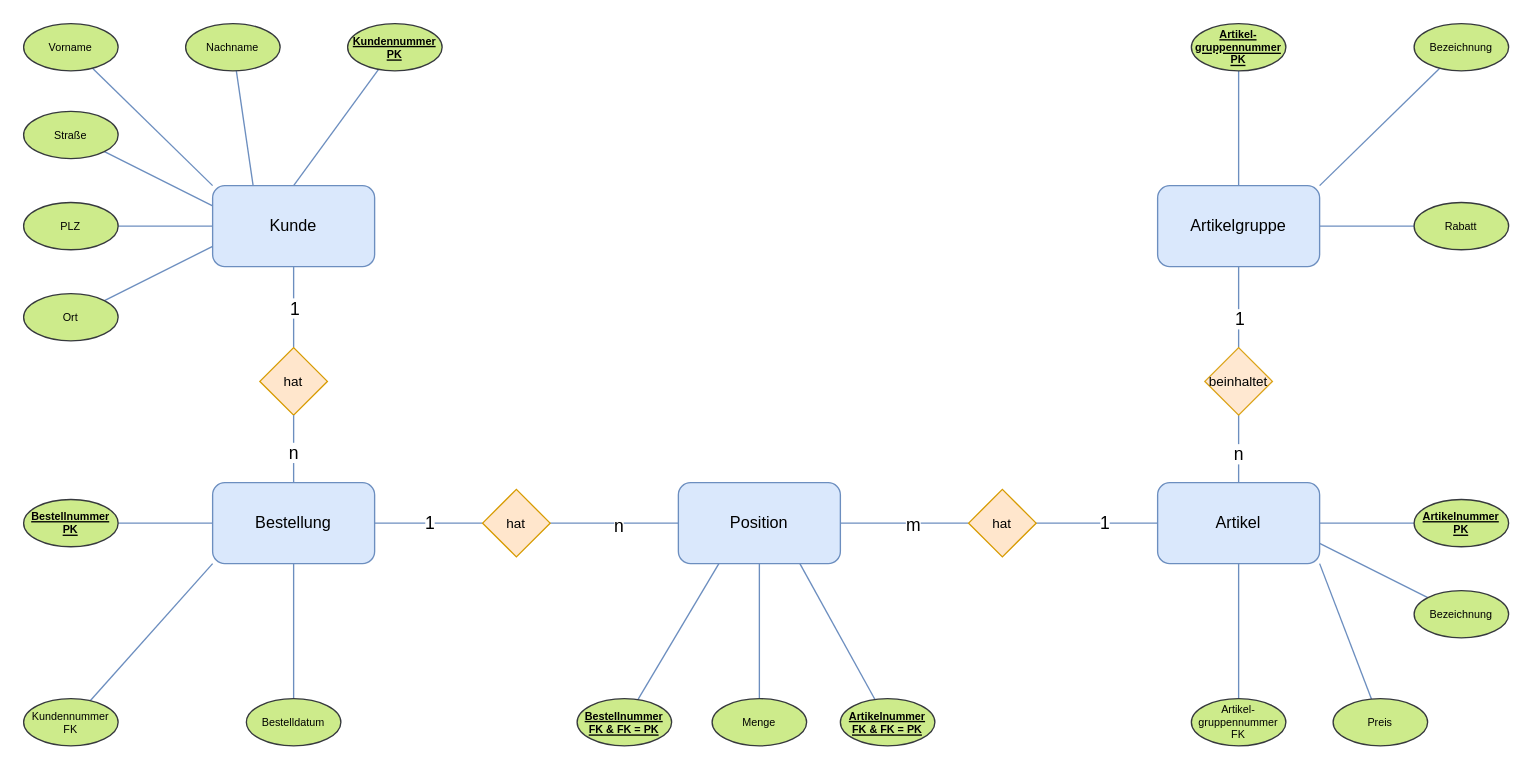
The draw.io diagram SQLite/Prüfungsaufgaben/Q1_YouTube/Q1.2_Diagramme/Youtube_ERD.drawio in PythonPokemon/Python_SQL, before the edit. Source tidied: cells renumbered, new cells numbered last; positions are measured from the earlier drawing's top-left corner, leaving out a move shared by most shapes. Both pictures are drawn from the tidied source at 135%, with x=0, y=0 at pixel (23, 23).
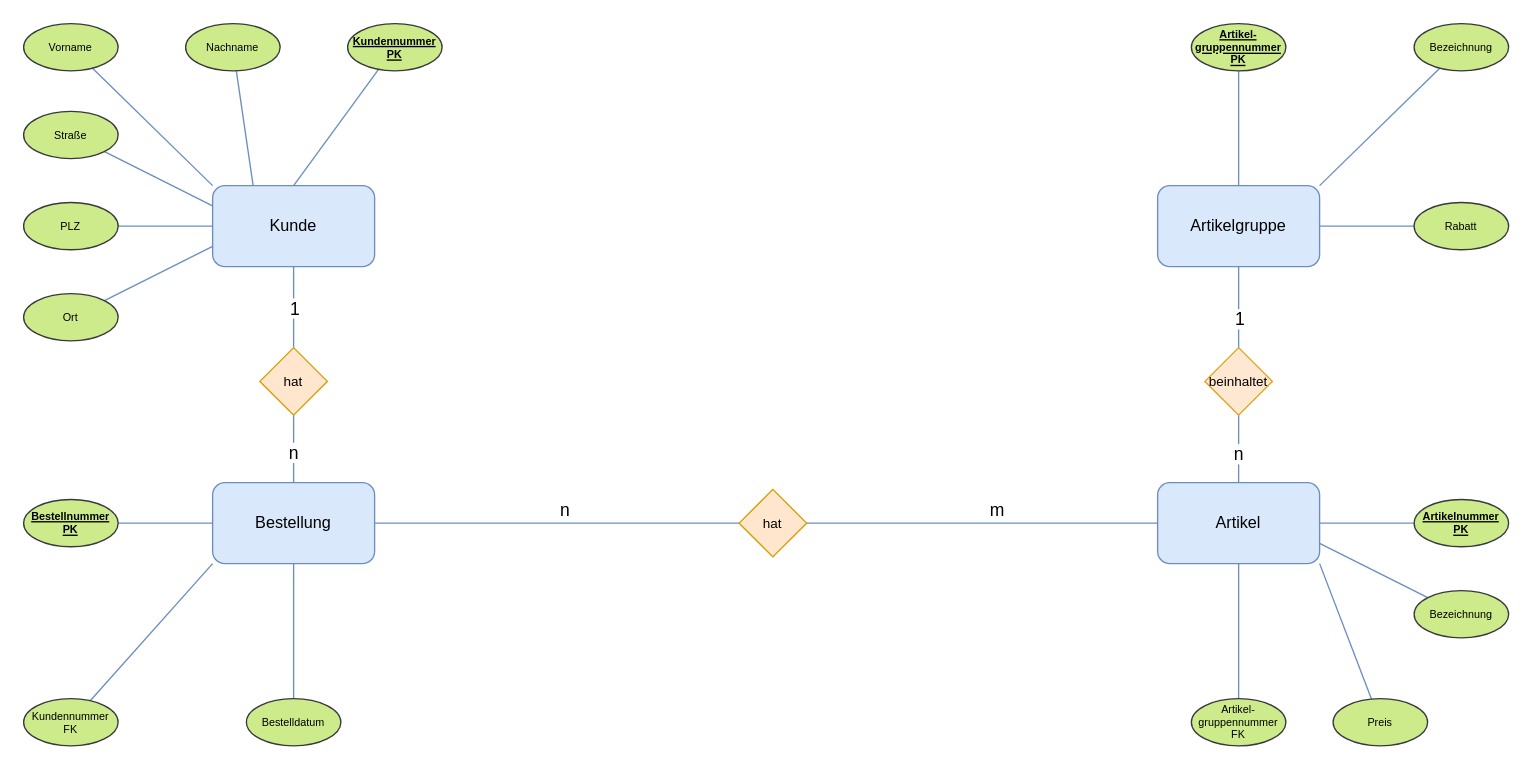
The same diagram, later.

Unchanged cells that the change refers to:
```xml
<mxCell id="6" style="edgeStyle=none;html=1;entryX=0.5;entryY=1;entryDx=0;entryDy=0;endArrow=none;endFill=0;fillColor=#dae8fc;strokeColor=#6c8ebf;" parent="1" edge="1" source="10" target="5">
  <mxGeometry relative="1" as="geometry" />
</mxCell>
<mxCell id="10" value="Bestellung" style="rounded=1;whiteSpace=wrap;html=1;fillColor=#dae8fc;strokeColor=#6c8ebf;" parent="1" vertex="1">
  <mxGeometry x="140" y="340" width="120" height="60" as="geometry" />
</mxCell>
<mxCell id="20" value="Artikel" style="rounded=1;whiteSpace=wrap;html=1;fillColor=#dae8fc;strokeColor=#6c8ebf;" parent="1" vertex="1">
  <mxGeometry x="840" y="340" width="120" height="60" as="geometry" />
</mxCell>
```

Change to the diagram source:
```diff
@@
+    <mxCell id="12" value="n" style="edgeLabel;html=1;align=center;verticalAlign=middle;fontSize=13;" parent="6" vertex="1">
+      <mxGeometry x="-0.1" y="1" relative="1" as="geometry">
+        <mxPoint x="201" y="42" as="offset" />
+      </mxGeometry>
+    </mxCell>
+    <mxCell id="14" value="m" style="edgeLabel;html=1;align=center;verticalAlign=middle;fontSize=13;" parent="6" vertex="1">
+      <mxGeometry x="-0.1" y="1" relative="1" as="geometry">
+        <mxPoint x="521" y="42" as="offset" />
+      </mxGeometry>
+    </mxCell>
-    <mxCell id="8" style="edgeStyle=none;html=1;entryX=0;entryY=0.5;entryDx=0;entryDy=0;endArrow=none;endFill=0;fillColor=#dae8fc;strokeColor=#6c8ebf;" parent="1" edge="1" source="10" target="24">
+    <mxCell id="8" style="edgeStyle=none;html=1;entryX=0;entryY=0.5;entryDx=0;entryDy=0;endArrow=none;endFill=0;fillColor=#dae8fc;strokeColor=#6c8ebf;" parent="1" edge="1" source="10" target="65">
       <mxGeometry relative="1" as="geometry" />
     </mxCell>
-    <mxCell id="9" value="1" style="edgeLabel;html=1;align=center;verticalAlign=middle;fontSize=13;" parent="8" vertex="1">
-      <mxGeometry x="-0.01" y="1" relative="1" as="geometry" />
-    </mxCell>
@@
-    <mxCell id="11" style="edgeStyle=none;html=1;entryX=1;entryY=0.5;entryDx=0;entryDy=0;endArrow=none;endFill=0;fillColor=#dae8fc;strokeColor=#6c8ebf;" parent="1" edge="1" source="15" target="24">
-      <mxGeometry relative="1" as="geometry" />
-    </mxCell>
-    <mxCell id="12" value="n" style="edgeLabel;html=1;align=center;verticalAlign=middle;fontSize=13;" parent="11" vertex="1">
-      <mxGeometry x="-0.06" y="1" relative="1" as="geometry" />
-    </mxCell>
-    <mxCell id="13" style="edgeStyle=none;html=1;entryX=0;entryY=0.5;entryDx=0;entryDy=0;endArrow=none;endFill=0;fillColor=#dae8fc;strokeColor=#6c8ebf;" parent="1" edge="1" source="15" target="25">
-      <mxGeometry relative="1" as="geometry" />
-    </mxCell>
-    <mxCell id="14" value="m" style="edgeLabel;html=1;align=center;verticalAlign=middle;fontSize=13;" parent="13" vertex="1">
-      <mxGeometry x="0.12" relative="1" as="geometry" />
-    </mxCell>
-    <mxCell id="15" value="Position" style="rounded=1;whiteSpace=wrap;html=1;fillColor=#dae8fc;strokeColor=#6c8ebf;" parent="1" vertex="1">
-      <mxGeometry x="485" y="340" width="120" height="60" as="geometry" />
-    </mxCell>
@@
-    <mxCell id="18" style="edgeStyle=none;html=1;entryX=1;entryY=0.5;entryDx=0;entryDy=0;endArrow=none;endFill=0;fillColor=#dae8fc;strokeColor=#6c8ebf;" parent="1" edge="1" source="20" target="25">
+    <mxCell id="18" style="edgeStyle=none;html=1;entryX=1;entryY=0.5;entryDx=0;entryDy=0;endArrow=none;endFill=0;fillColor=#dae8fc;strokeColor=#6c8ebf;" parent="1" edge="1" source="20" target="65">
       <mxGeometry relative="1" as="geometry" />
     </mxCell>
-    <mxCell id="19" value="1" style="edgeLabel;html=1;align=center;verticalAlign=middle;fontSize=13;" parent="18" vertex="1">
-      <mxGeometry x="-0.12" y="-1" relative="1" as="geometry" />
-    </mxCell>
@@
-    <mxCell id="24" value="hat" style="rhombus;whiteSpace=wrap;html=1;fontSize=10;fillColor=#ffe6cc;strokeColor=#d79b00;" parent="1" vertex="1">
-      <mxGeometry x="340" y="345" width="50" height="50" as="geometry" />
-    </mxCell>
-    <mxCell id="25" value="hat" style="rhombus;whiteSpace=wrap;html=1;fontSize=10;fillColor=#ffe6cc;strokeColor=#d79b00;" parent="1" vertex="1">
-      <mxGeometry x="700" y="345" width="50" height="50" as="geometry" />
-    </mxCell>
@@
-    <mxCell id="45" style="edgeStyle=none;html=1;entryX=0.25;entryY=1;entryDx=0;entryDy=0;endArrow=none;endFill=0;fillColor=#dae8fc;strokeColor=#6c8ebf;" parent="1" edge="1" source="46" target="15">
-      <mxGeometry relative="1" as="geometry" />
-    </mxCell>
-    <mxCell id="46" value="Bestellnummer&lt;div&gt;FK &amp;amp; FK = PK&lt;/div&gt;" style="ellipse;whiteSpace=wrap;html=1;fontSize=8;fontStyle=5;fillColor=#cdeb8b;strokeColor=#36393d;" parent="1" vertex="1">
-      <mxGeometry x="410" y="500" width="70" height="35" as="geometry" />
-    </mxCell>
-    <mxCell id="47" style="edgeStyle=none;html=1;entryX=0.5;entryY=1;entryDx=0;entryDy=0;endArrow=none;endFill=0;fillColor=#dae8fc;strokeColor=#6c8ebf;" parent="1" edge="1" source="48" target="15">
-      <mxGeometry relative="1" as="geometry" />
-    </mxCell>
-    <mxCell id="48" value="Menge" style="ellipse;whiteSpace=wrap;html=1;fontSize=8;fontStyle=0;fillColor=#cdeb8b;strokeColor=#36393d;" parent="1" vertex="1">
-      <mxGeometry x="510" y="500" width="70" height="35" as="geometry" />
-    </mxCell>
-    <mxCell id="49" style="edgeStyle=none;html=1;entryX=0.75;entryY=1;entryDx=0;entryDy=0;endArrow=none;endFill=0;fillColor=#dae8fc;strokeColor=#6c8ebf;" parent="1" edge="1" source="50" target="15">
-      <mxGeometry relative="1" as="geometry" />
-    </mxCell>
-    <mxCell id="50" value="Artikelnummer&lt;div&gt;FK &amp;amp; FK = PK&lt;/div&gt;" style="ellipse;whiteSpace=wrap;html=1;fontSize=8;fontStyle=5;fillColor=#cdeb8b;strokeColor=#36393d;" parent="1" vertex="1">
-      <mxGeometry x="605" y="500" width="70" height="35" as="geometry" />
-    </mxCell>
@@
+    <mxCell id="65" value="hat" style="rhombus;whiteSpace=wrap;html=1;fontSize=10;fillColor=#ffe6cc;strokeColor=#d79b00;" parent="1" vertex="1">
+      <mxGeometry x="530" y="345" width="50" height="50" as="geometry" />
+    </mxCell>
```
